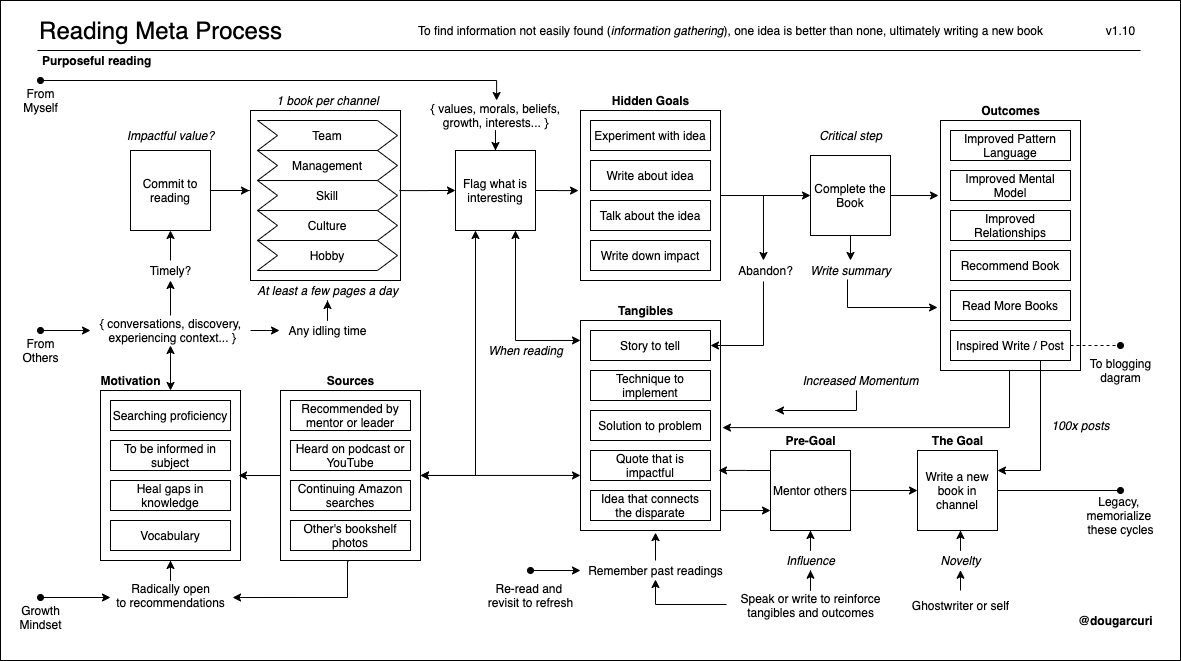
solidi/learning-notes keeps this draw.io diagram as books/diagrams/reading-process.png. Above is the earlier version. Source tidied: cells renumbered, new cells last; positions are measured from the earlier drawing's top-left corner, leaving out a move shared by most shapes.
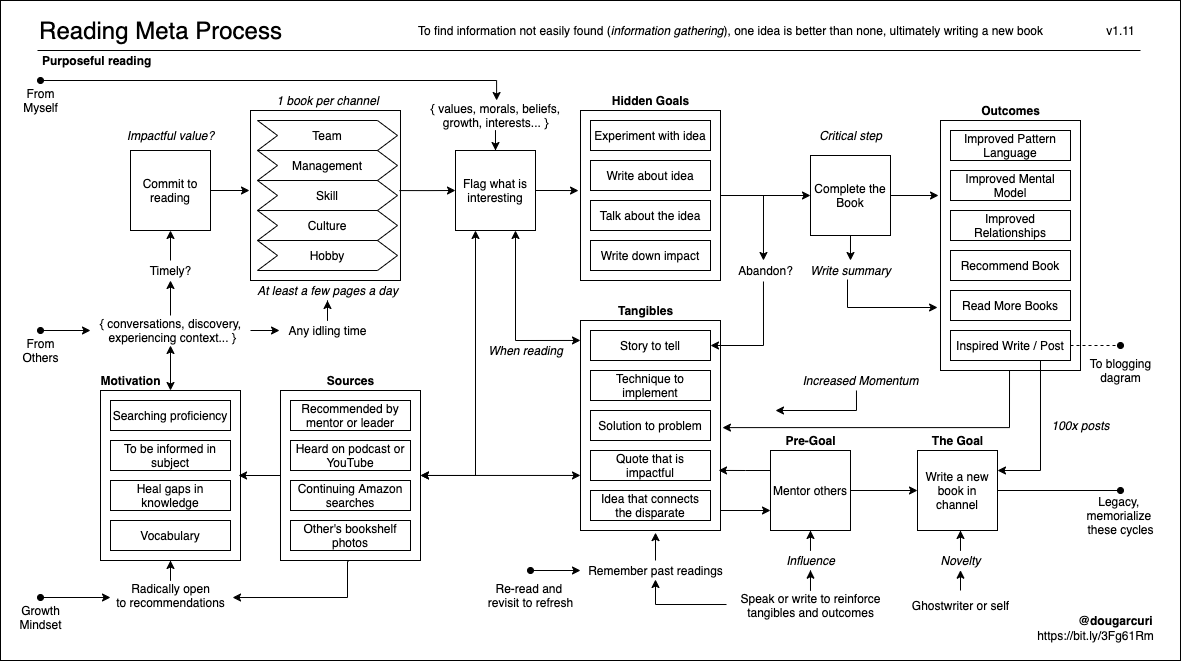
Above is the later version.

Commit message:
Add bitly link to the reading meta process

The edit, as a diff of the source:
```diff
@@ -64,7 +64,7 @@
     <mxCell id="20" value="Write about idea" style="rounded=0;whiteSpace=wrap;html=1;" parent="1" vertex="1">
       <mxGeometry x="590" y="160" width="120" height="30" as="geometry" />
     </mxCell>
-    <mxCell id="21" value="v1.10" style="text;html=1;align=center;verticalAlign=middle;" parent="1" vertex="1">
+    <mxCell id="21" value="v1.11" style="text;html=1;align=center;verticalAlign=middle;" parent="1" vertex="1">
       <mxGeometry x="1100" y="20" width="40" height="20" as="geometry" />
     </mxCell>
     <mxCell id="22" value="&lt;b&gt;@dougarcuri&lt;/b&gt;" style="text;html=1;align=center;verticalAlign=middle;" parent="1" vertex="1">
@@ -401,5 +401,8 @@
         <mxPoint x="960" y="590" as="sourcePoint" />
       </mxGeometry>
     </mxCell>
+    <mxCell id="119" value="https://bit.ly/3Fg61Rm" style="text;html=1;align=center;verticalAlign=middle;strokeColor=none;fillColor=none;" parent="1" vertex="1">
+      <mxGeometry x="1030" y="625" width="130" height="20" as="geometry" />
+    </mxCell>
   </root>
 </mxGraphModel>
```
